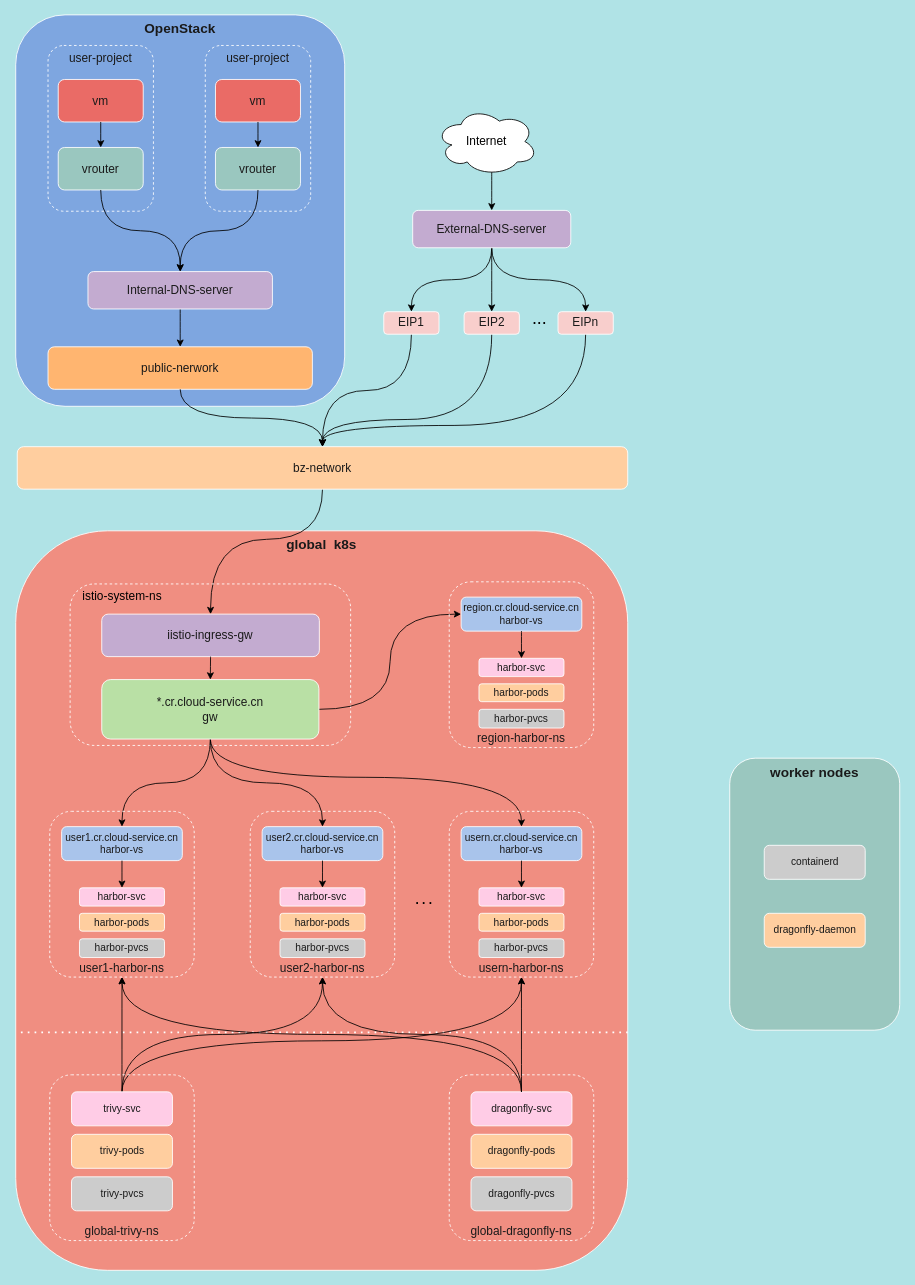
Above: 容器镜像服务.drawio in Riverdd/picture (draw.io), before the change. Source tidied: cells renumbered, new cells numbered last; positions are measured from the earlier drawing's top-left corner, leaving out a move shared by most shapes. Both pictures are drawn from the tidied source at 85%, with x=0, y=0 at pixel (15, 14).
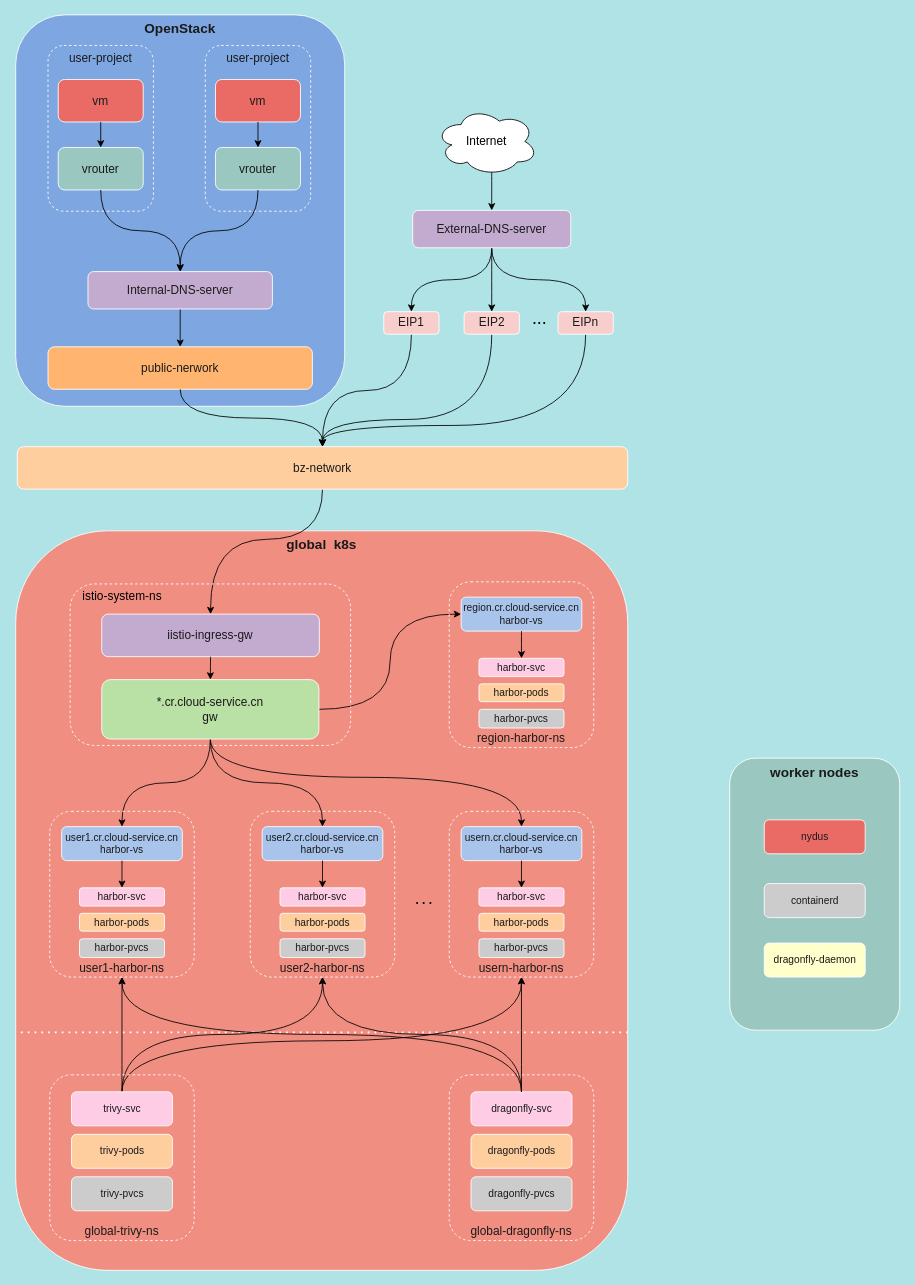
After the change.

Commit message (it also covers changes not shown here):
更新容器镜像服务.drawio

Change to the diagram source:
```diff
@@
     <mxCell id="90" value="containerd" style="rounded=1;whiteSpace=wrap;html=1;fontSize=12;fillColor=#CCCCCC;strokeColor=#FFFFFF;fontColor=#1A1A1A;" parent="1" vertex="1">
-      <mxGeometry x="880.6" y="977" width="118.8" height="40" as="geometry" />
+      <mxGeometry x="880.6" y="1022" width="118.8" height="40" as="geometry" />
     </mxCell>
-    <mxCell id="91" value="dragonfly-daemon" style="rounded=1;whiteSpace=wrap;html=1;fontSize=12;fillColor=#FFCE9F;strokeColor=#FFFFFF;fontColor=#1A1A1A;" parent="1" vertex="1">
-      <mxGeometry x="880.6" y="1057" width="118.8" height="40" as="geometry" />
+    <mxCell id="91" value="dragonfly-daemon" style="rounded=1;whiteSpace=wrap;html=1;fontSize=12;fillColor=#FFFFCC;strokeColor=#FFFFFF;fontColor=#1A1A1A;" parent="1" vertex="1">
+      <mxGeometry x="880.6" y="1092" width="118.8" height="40" as="geometry" />
     </mxCell>
@@
+    <mxCell id="93" value="nydus" style="rounded=1;whiteSpace=wrap;html=1;fontSize=12;fillColor=#EA6B66;strokeColor=#FFFFFF;fontColor=#1A1A1A;" parent="1" vertex="1">
+      <mxGeometry x="880.6" y="947" width="118.8" height="40" as="geometry" />
+    </mxCell>
```
